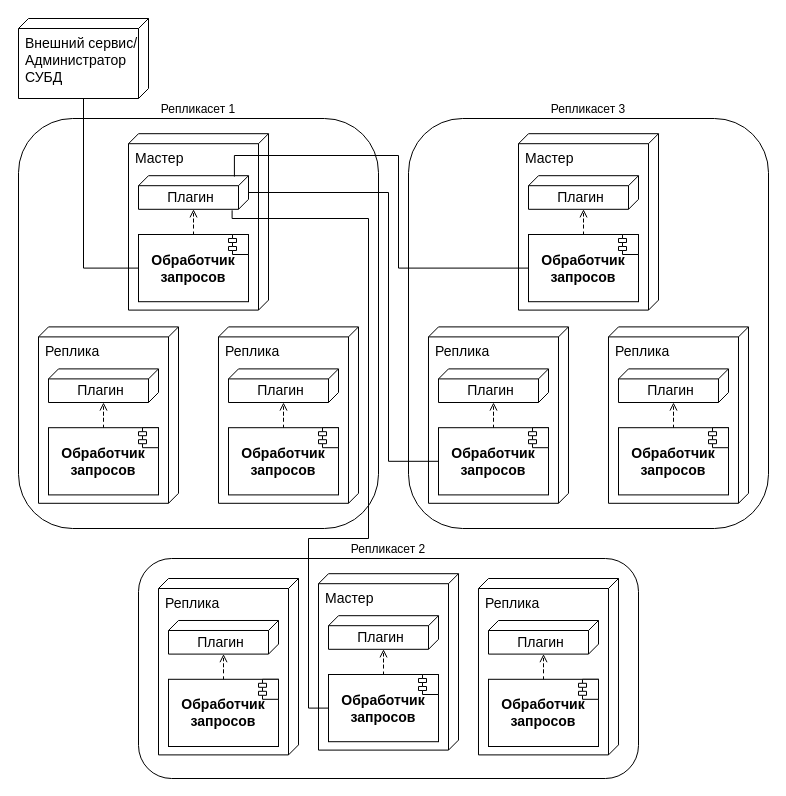
Above: page "cluster-deployment" (11 of 17) of schemas.drawio in vitosotdihaet/pind (draw.io), before the change. Source tidied: cells renumbered, new cells numbered last; positions are measured from the earlier drawing's top-left corner, leaving out a move shared by most shapes. Both pictures are drawn from the tidied source at 100%, with x=0, y=0 at pixel (18, 18).
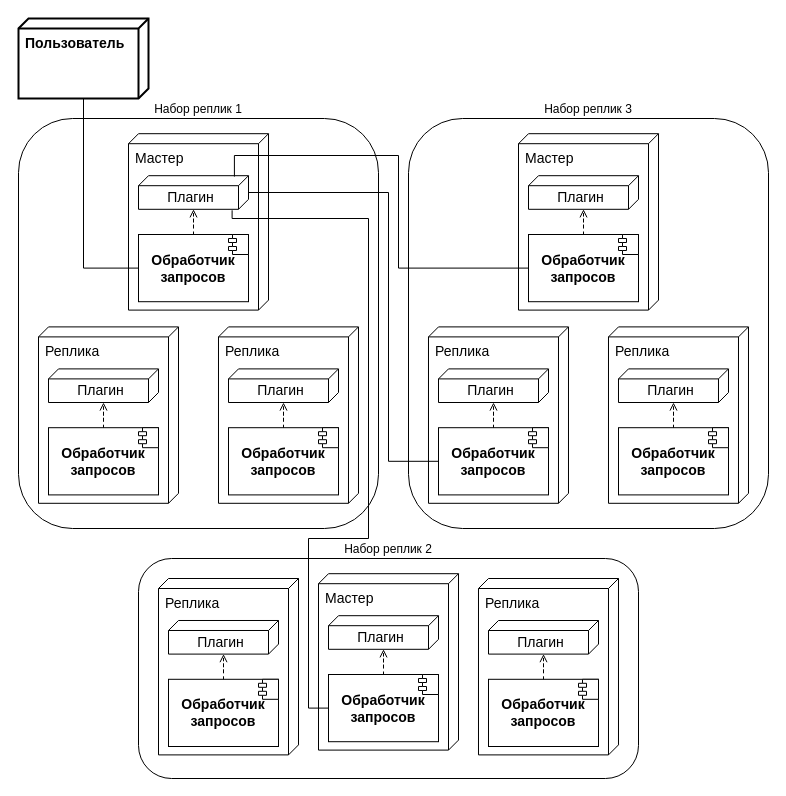
The same page after the edit.

Unchanged cells that the change refers to:
```xml
<mxCell id="2" style="group;" parent="1" vertex="1">
  <mxGeometry y="90" width="360" height="420" as="geometry" />
</mxCell>
<mxCell id="24" style="group;" parent="1" vertex="1">
  <mxGeometry x="390" y="90" width="360" height="420" as="geometry" />
</mxCell>
<mxCell id="44" style="group;" parent="1" vertex="1">
  <mxGeometry x="120" y="540" width="500" height="220" as="geometry" />
</mxCell>
```

The edit, as a diff of the source:
```diff
@@
-    <mxCell id="3" value="Репликасет 1" style="rounded=1;whiteSpace=wrap;html=1;align=center;labelPosition=center;verticalLabelPosition=top;verticalAlign=bottom;" parent="2" vertex="1">
+    <mxCell id="3" value="Набор реплик 1" style="rounded=1;whiteSpace=wrap;html=1;align=center;labelPosition=center;verticalLabelPosition=top;verticalAlign=bottom;" parent="2" vertex="1">
       <mxGeometry y="10" width="360" height="410" as="geometry" />
     </mxCell>
@@
-    <mxCell id="23" value="Внешний сервис/Администратор СУБД" style="verticalAlign=top;align=left;shape=cube;size=10;direction=south;fontStyle=0;html=1;boundedLbl=1;spacingLeft=5;whiteSpace=wrap;fontSize=14;" parent="1" vertex="1">
+    <mxCell id="23" value="Пользователь" style="verticalAlign=top;align=left;shape=cube;size=10;direction=south;fontStyle=1;html=1;boundedLbl=1;spacingLeft=5;whiteSpace=wrap;fontSize=14;strokeWidth=2;" parent="1" vertex="1">
       <mxGeometry width="130" height="80" as="geometry" />
     </mxCell>
@@
-    <mxCell id="25" value="Репликасет 3" style="rounded=1;whiteSpace=wrap;html=1;align=center;labelPosition=center;verticalLabelPosition=top;verticalAlign=bottom;" parent="24" vertex="1">
+    <mxCell id="25" value="Набор реплик 3" style="rounded=1;whiteSpace=wrap;html=1;align=center;labelPosition=center;verticalLabelPosition=top;verticalAlign=bottom;" parent="24" vertex="1">
       <mxGeometry y="10" width="360" height="410" as="geometry" />
     </mxCell>
@@
-    <mxCell id="45" value="Репликасет 2" style="rounded=1;whiteSpace=wrap;html=1;align=center;labelPosition=center;verticalLabelPosition=top;verticalAlign=bottom;" parent="44" vertex="1">
+    <mxCell id="45" value="Набор реплик 2" style="rounded=1;whiteSpace=wrap;html=1;align=center;labelPosition=center;verticalLabelPosition=top;verticalAlign=bottom;" parent="44" vertex="1">
       <mxGeometry width="500" height="220" as="geometry" />
     </mxCell>
```
